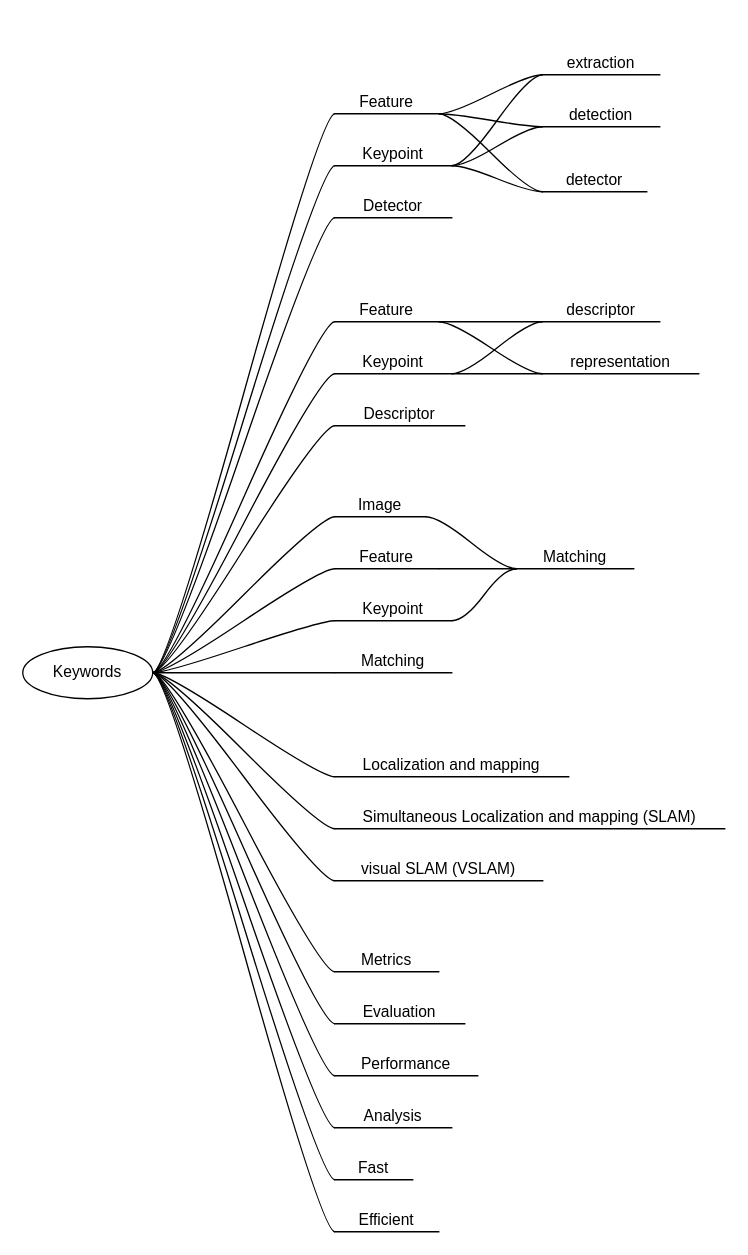
Before: page "keywords" (1 of 6) of research-and-develpment-feature-descriptors.drawio in harleylara/research-and-development-ws23, a draw.io diagram. Source tidied: cells renumbered, new cells numbered last; positions are measured from the earlier drawing's top-left corner, leaving out a move shared by most shapes. Both pictures are drawn from the tidied source at 130%, with x=0, y=0 at pixel (22, 35).
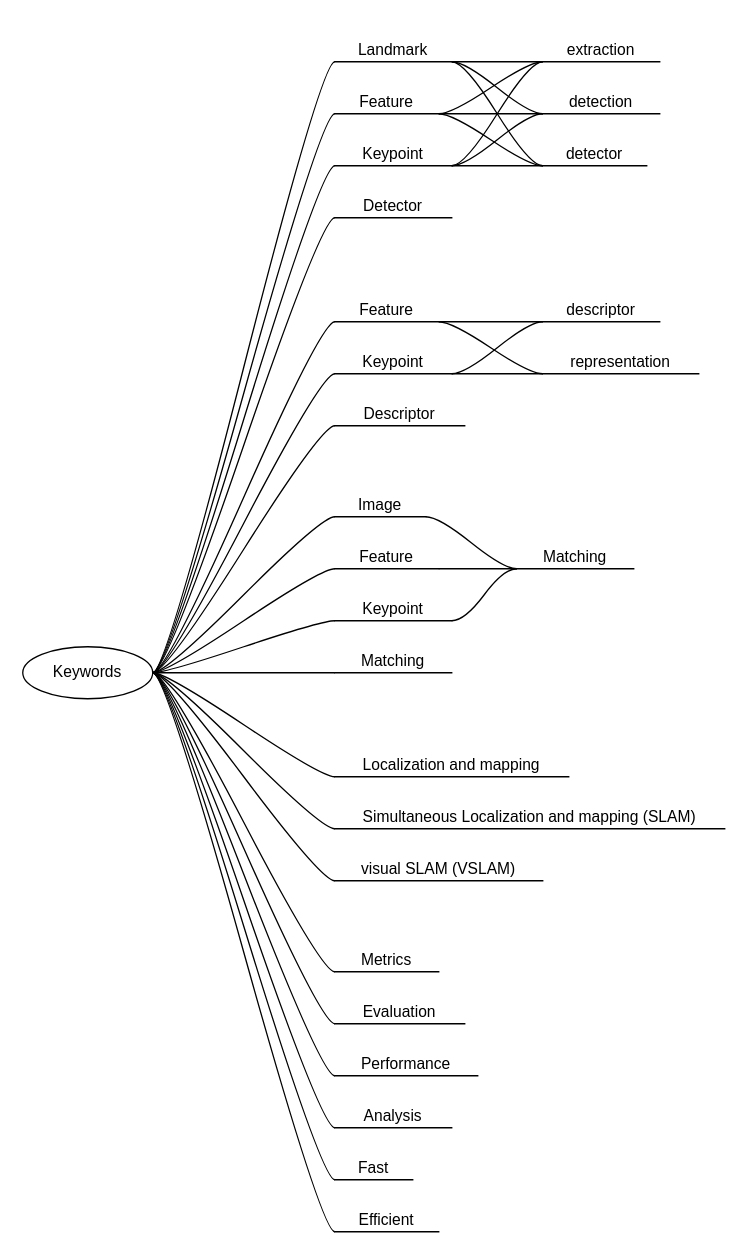
Above is the later version.

Unchanged cells that the change refers to:
```xml
<mxCell id="2" value="Keywords" style="ellipse;whiteSpace=wrap;html=1;align=center;newEdgeStyle={&quot;edgeStyle&quot;:&quot;entityRelationEdgeStyle&quot;,&quot;startArrow&quot;:&quot;none&quot;,&quot;endArrow&quot;:&quot;none&quot;,&quot;segment&quot;:10,&quot;curved&quot;:1,&quot;sourcePerimeterSpacing&quot;:0,&quot;targetPerimeterSpacing&quot;:0};" parent="1" vertex="1">
  <mxGeometry y="470" width="100" height="40" as="geometry" />
</mxCell>
```

Diff of the diagram source:
```diff
@@
+    <mxCell id="60" style="edgeStyle=entityRelationEdgeStyle;rounded=0;jettySize=auto;html=1;startArrow=none;endArrow=none;segment=10;curved=1;sourcePerimeterSpacing=0;targetPerimeterSpacing=0;exitX=0;exitY=1;exitDx=0;exitDy=0;entryX=1;entryY=1;entryDx=0;entryDy=0;" parent="1" edge="1" source="8" target="63">
+      <mxGeometry relative="1" as="geometry" />
+    </mxCell>
     <mxCell id="8" value="extraction" style="whiteSpace=wrap;html=1;shape=partialRectangle;top=0;left=0;bottom=1;right=0;points=[[0,1],[1,1]];fillColor=none;align=center;verticalAlign=bottom;routingCenterY=0.5;snapToPoint=1;newEdgeStyle={&quot;edgeStyle&quot;:&quot;entityRelationEdgeStyle&quot;,&quot;startArrow&quot;:&quot;none&quot;,&quot;endArrow&quot;:&quot;none&quot;,&quot;segment&quot;:10,&quot;curved&quot;:1,&quot;sourcePerimeterSpacing&quot;:0,&quot;targetPerimeterSpacing&quot;:0};" parent="1" vertex="1">
-      <mxGeometry x="400" width="90" height="30" as="geometry" />
+      <mxGeometry x="400" y="-10" width="90" height="30" as="geometry" />
     </mxCell>
@@
+    <mxCell id="61" style="edgeStyle=entityRelationEdgeStyle;rounded=0;jettySize=auto;html=1;startArrow=none;endArrow=none;segment=10;curved=1;sourcePerimeterSpacing=0;targetPerimeterSpacing=0;exitX=0;exitY=1;exitDx=0;exitDy=0;entryX=1;entryY=1;entryDx=0;entryDy=0;" parent="1" edge="1" source="11" target="63">
+      <mxGeometry relative="1" as="geometry" />
+    </mxCell>
     <mxCell id="11" value="detection" style="whiteSpace=wrap;html=1;shape=partialRectangle;top=0;left=0;bottom=1;right=0;points=[[0,1],[1,1]];fillColor=none;align=center;verticalAlign=bottom;routingCenterY=0.5;snapToPoint=1;newEdgeStyle={&quot;edgeStyle&quot;:&quot;entityRelationEdgeStyle&quot;,&quot;startArrow&quot;:&quot;none&quot;,&quot;endArrow&quot;:&quot;none&quot;,&quot;segment&quot;:10,&quot;curved&quot;:1,&quot;sourcePerimeterSpacing&quot;:0,&quot;targetPerimeterSpacing&quot;:0};" parent="1" vertex="1">
-      <mxGeometry x="400" y="40" width="90" height="30" as="geometry" />
+      <mxGeometry x="400" y="30" width="90" height="30" as="geometry" />
     </mxCell>
@@
+    <mxCell id="62" style="edgeStyle=entityRelationEdgeStyle;rounded=0;jettySize=auto;html=1;startArrow=none;endArrow=none;segment=10;curved=1;sourcePerimeterSpacing=0;targetPerimeterSpacing=0;exitX=0;exitY=1;exitDx=0;exitDy=0;entryX=1;entryY=1;entryDx=0;entryDy=0;" parent="1" edge="1" source="14" target="63">
+      <mxGeometry relative="1" as="geometry" />
+    </mxCell>
     <mxCell id="14" value="detector" style="whiteSpace=wrap;html=1;shape=partialRectangle;top=0;left=0;bottom=1;right=0;points=[[0,1],[1,1]];fillColor=none;align=center;verticalAlign=bottom;routingCenterY=0.5;snapToPoint=1;newEdgeStyle={&quot;edgeStyle&quot;:&quot;entityRelationEdgeStyle&quot;,&quot;startArrow&quot;:&quot;none&quot;,&quot;endArrow&quot;:&quot;none&quot;,&quot;segment&quot;:10,&quot;curved&quot;:1,&quot;sourcePerimeterSpacing&quot;:0,&quot;targetPerimeterSpacing&quot;:0};" parent="1" vertex="1">
-      <mxGeometry x="400" y="90" width="80" height="30" as="geometry" />
+      <mxGeometry x="400" y="70" width="80" height="30" as="geometry" />
     </mxCell>
@@
+    <mxCell id="63" value="Landmark" style="whiteSpace=wrap;html=1;shape=partialRectangle;top=0;left=0;bottom=1;right=0;points=[[0,1],[1,1]];fillColor=none;align=center;verticalAlign=bottom;routingCenterY=0.5;snapToPoint=1;newEdgeStyle={&quot;edgeStyle&quot;:&quot;entityRelationEdgeStyle&quot;,&quot;startArrow&quot;:&quot;none&quot;,&quot;endArrow&quot;:&quot;none&quot;,&quot;segment&quot;:10,&quot;curved&quot;:1,&quot;sourcePerimeterSpacing&quot;:0,&quot;targetPerimeterSpacing&quot;:0};" parent="1" vertex="1">
+      <mxGeometry x="240" y="-10" width="90" height="30" as="geometry" />
+    </mxCell>
+    <mxCell id="64" style="edgeStyle=entityRelationEdgeStyle;startArrow=none;endArrow=none;segment=10;curved=1;sourcePerimeterSpacing=0;targetPerimeterSpacing=0;rounded=0;exitX=1;exitY=0.5;exitDx=0;exitDy=0;" parent="1" edge="1" source="2" target="63">
+      <mxGeometry relative="1" as="geometry" />
+    </mxCell>
```
